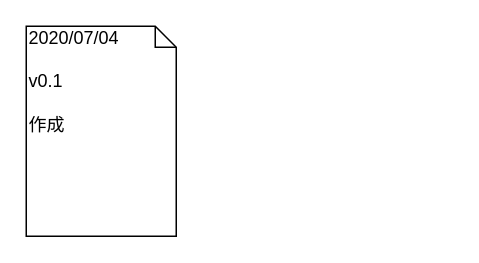
The draw.io diagram page "変更記録" (2 of 2) of 資料/設計/フローチャート/LCDClass/flowchart_LCDClass_v0.1.drawio in hakohumi/comp.Kitchen_Timer, before the edit. Source tidied: cells renumbered, new cells numbered last; positions are measured from the earlier drawing's top-left corner, leaving out a move shared by most shapes. Both pictures are drawn from the tidied source at 150%, with x=0, y=0 at pixel (26, 26).
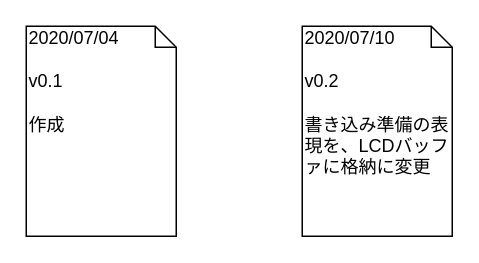
After the change.

What changed in the source:
```diff
@@
 <mxGraphModel>
   <root>
     <mxCell id="0" />
     <mxCell id="1" parent="0" />
     <mxCell id="2" value="2020/07/04&lt;br&gt;&lt;br&gt;v0.1&lt;br&gt;&lt;br&gt;作成" style="shape=note;whiteSpace=wrap;html=1;size=14;verticalAlign=top;align=left;spacingTop=-6;" parent="1" vertex="1">
       <mxGeometry width="100" height="140" as="geometry" />
     </mxCell>
+    <mxCell id="3" value="2020/07/10&lt;br&gt;&lt;br&gt;v0.2&lt;br&gt;&lt;br&gt;書き込み準備の表現を、LCDバッファに格納に変更" style="shape=note;whiteSpace=wrap;html=1;size=14;verticalAlign=top;align=left;spacingTop=-6;" parent="1" vertex="1">
+      <mxGeometry x="184" width="100" height="140" as="geometry" />
+    </mxCell>
   </root>
 </mxGraphModel>
```
